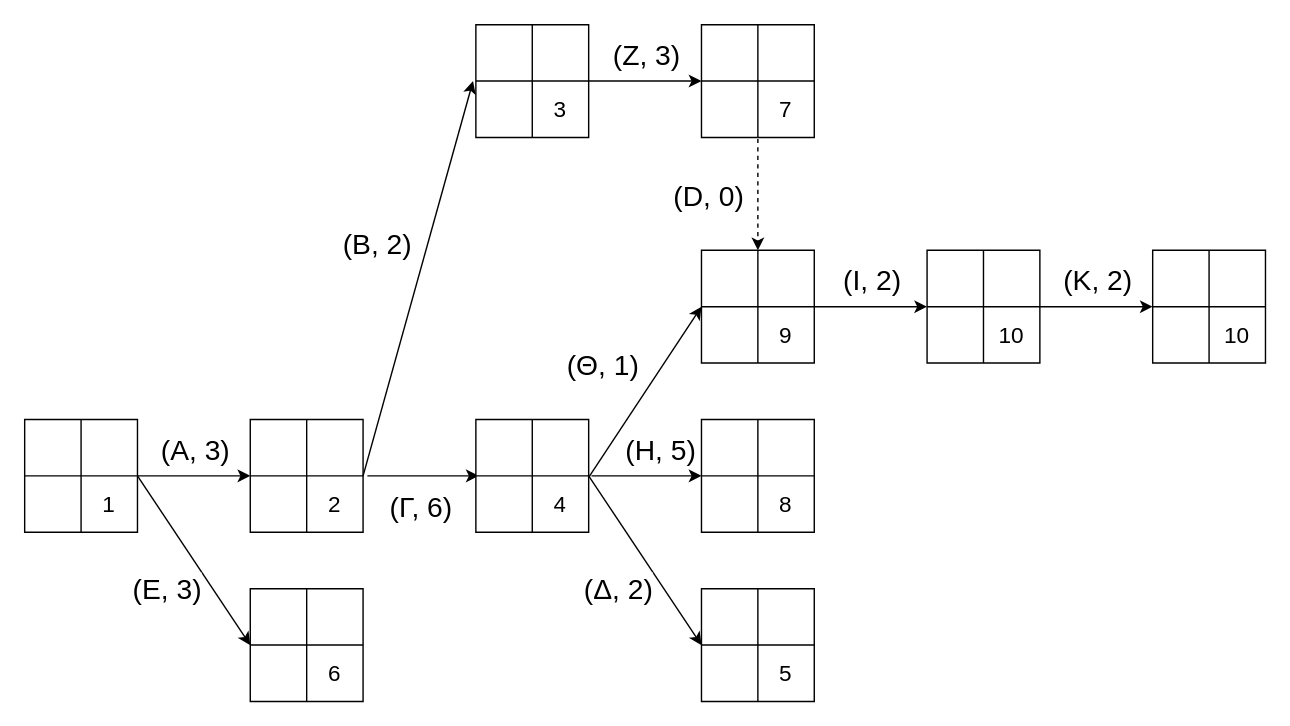
asimakiskydros/University-Projects keeps this draw.io diagram as BI - task 4.drawio. Above is the earlier version. Source tidied: cells renumbered, new cells numbered last; positions are measured from the earlier drawing's top-left corner, leaving out a move shared by most shapes. Both pictures are drawn from the tidied source at 141%, with x=0, y=0 at pixel (24, 24).
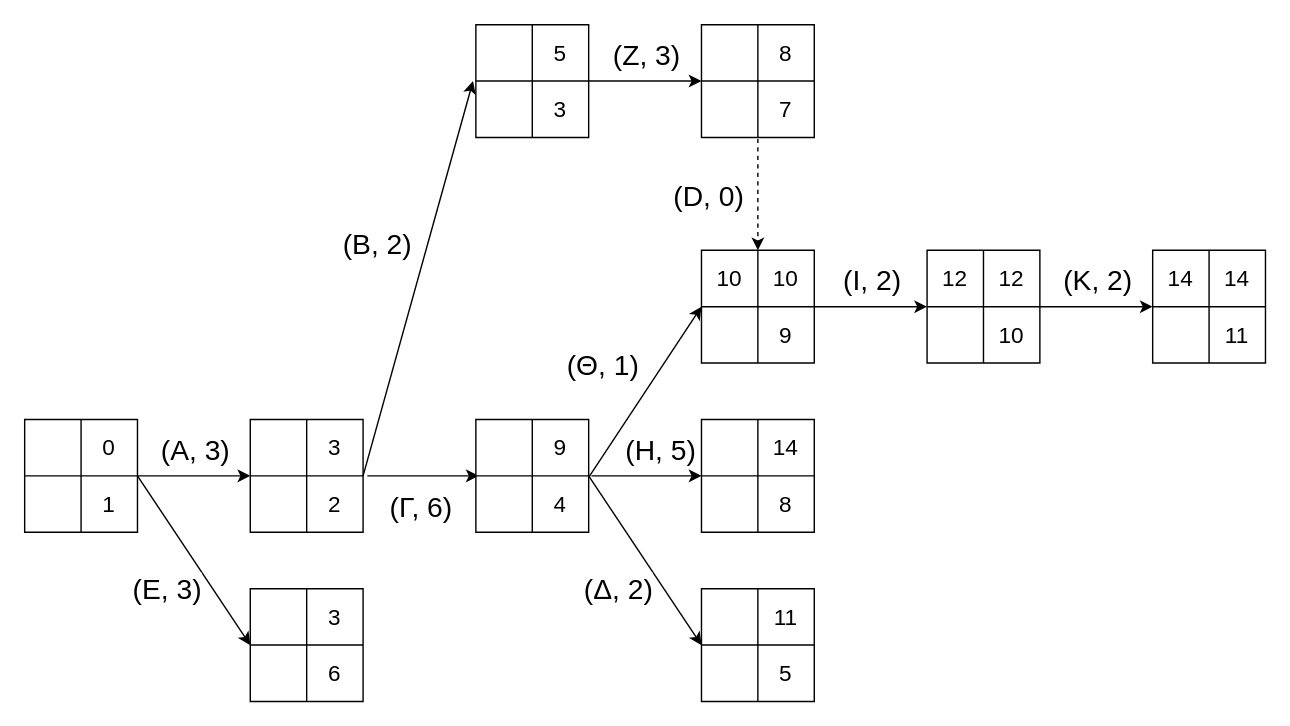
Above is the later version.

The change refers to these unchanged cells:
```xml
<mxCell id="3" style="shape=tableRow;horizontal=0;startSize=0;swimlaneHead=0;swimlaneBody=0;strokeColor=inherit;top=0;left=0;bottom=0;right=0;fillColor=none;fontSize=16;" parent="2" vertex="1">
  <mxGeometry width="80" height="40" as="geometry" />
</mxCell>
<mxCell id="10" style="shape=tableRow;horizontal=0;startSize=0;swimlaneHead=0;swimlaneBody=0;strokeColor=inherit;top=0;left=0;bottom=0;right=0;fillColor=none;fontSize=16;" parent="9" vertex="1">
  <mxGeometry width="80" height="40" as="geometry" />
</mxCell>
<mxCell id="23" style="shape=tableRow;horizontal=0;startSize=0;swimlaneHead=0;swimlaneBody=0;strokeColor=inherit;top=0;left=0;bottom=0;right=0;fillColor=none;fontSize=16;" parent="22" vertex="1">
  <mxGeometry width="80" height="40" as="geometry" />
</mxCell>
<mxCell id="30" style="shape=tableRow;horizontal=0;startSize=0;swimlaneHead=0;swimlaneBody=0;strokeColor=inherit;top=0;left=0;bottom=0;right=0;fillColor=none;fontSize=16;" parent="29" vertex="1">
  <mxGeometry width="80" height="40" as="geometry" />
</mxCell>
<mxCell id="39" style="shape=tableRow;horizontal=0;startSize=0;swimlaneHead=0;swimlaneBody=0;strokeColor=inherit;top=0;left=0;bottom=0;right=0;fillColor=none;fontSize=16;" parent="38" vertex="1">
  <mxGeometry width="80" height="40" as="geometry" />
</mxCell>
<mxCell id="48" style="shape=tableRow;horizontal=0;startSize=0;swimlaneHead=0;swimlaneBody=0;strokeColor=inherit;top=0;left=0;bottom=0;right=0;fillColor=none;fontSize=16;" parent="47" vertex="1">
  <mxGeometry width="80" height="40" as="geometry" />
</mxCell>
<mxCell id="57" style="shape=tableRow;horizontal=0;startSize=0;swimlaneHead=0;swimlaneBody=0;strokeColor=inherit;top=0;left=0;bottom=0;right=0;fillColor=none;fontSize=16;" parent="56" vertex="1">
  <mxGeometry width="80" height="40" as="geometry" />
</mxCell>
<mxCell id="66" style="shape=tableRow;horizontal=0;startSize=0;swimlaneHead=0;swimlaneBody=0;strokeColor=inherit;top=0;left=0;bottom=0;right=0;fillColor=none;fontSize=16;" parent="65" vertex="1">
  <mxGeometry width="80" height="40" as="geometry" />
</mxCell>
<mxCell id="75" style="shape=tableRow;horizontal=0;startSize=0;swimlaneHead=0;swimlaneBody=0;strokeColor=inherit;top=0;left=0;bottom=0;right=0;fillColor=none;points=[[0,0.5],[1,0.5]];portConstraint=eastwest;fontSize=16;" parent="74" vertex="1">
  <mxGeometry width="80" height="40" as="geometry" />
</mxCell>
<mxCell id="86" style="shape=tableRow;horizontal=0;startSize=0;swimlaneHead=0;swimlaneBody=0;strokeColor=inherit;top=0;left=0;bottom=0;right=0;fillColor=none;fontSize=16;" parent="85" vertex="1">
  <mxGeometry width="80" height="40" as="geometry" />
</mxCell>
<mxCell id="93" style="shape=tableRow;horizontal=0;startSize=0;swimlaneHead=0;swimlaneBody=0;strokeColor=inherit;top=0;left=0;bottom=0;right=0;fillColor=none;fontSize=16;" parent="92" vertex="1">
  <mxGeometry width="80" height="40" as="geometry" />
</mxCell>
<mxCell id="96" style="shape=tableRow;horizontal=0;startSize=0;swimlaneHead=0;swimlaneBody=0;strokeColor=inherit;top=0;left=0;bottom=0;right=0;fillColor=none;points=[[0,0.5],[1,0.5]];portConstraint=eastwest;fontSize=16;" parent="92" vertex="1">
  <mxGeometry y="40" width="80" height="40" as="geometry" />
</mxCell>
```

What changed in the source:
```diff
@@
-    <mxCell id="5" style="shape=partialRectangle;html=1;whiteSpace=wrap;strokeColor=inherit;overflow=hidden;fillColor=none;top=0;left=0;bottom=0;right=0;fontSize=16;" parent="3" vertex="1">
+    <mxCell id="5" value="0" style="shape=partialRectangle;html=1;whiteSpace=wrap;strokeColor=inherit;overflow=hidden;fillColor=none;top=0;left=0;bottom=0;right=0;fontSize=16;" parent="3" vertex="1">
       <mxGeometry x="40" width="40" height="40" as="geometry" />
     </mxCell>
@@
-    <mxCell id="12" style="shape=partialRectangle;html=1;whiteSpace=wrap;strokeColor=inherit;overflow=hidden;fillColor=none;top=0;left=0;bottom=0;right=0;fontSize=16;" parent="10" vertex="1">
+    <mxCell id="12" value="3" style="shape=partialRectangle;html=1;whiteSpace=wrap;strokeColor=inherit;overflow=hidden;fillColor=none;top=0;left=0;bottom=0;right=0;fontSize=16;" parent="10" vertex="1">
       <mxGeometry x="40" width="40" height="40" as="geometry" />
     </mxCell>
@@
-    <mxCell id="25" style="shape=partialRectangle;html=1;whiteSpace=wrap;strokeColor=inherit;overflow=hidden;fillColor=none;top=0;left=0;bottom=0;right=0;fontSize=16;" parent="23" vertex="1">
+    <mxCell id="25" value="5" style="shape=partialRectangle;html=1;whiteSpace=wrap;strokeColor=inherit;overflow=hidden;fillColor=none;top=0;left=0;bottom=0;right=0;fontSize=16;" parent="23" vertex="1">
       <mxGeometry x="40" width="40" height="40" as="geometry" />
     </mxCell>
@@
-    <mxCell id="32" style="shape=partialRectangle;html=1;whiteSpace=wrap;strokeColor=inherit;overflow=hidden;fillColor=none;top=0;left=0;bottom=0;right=0;fontSize=16;" parent="30" vertex="1">
+    <mxCell id="32" value="9" style="shape=partialRectangle;html=1;whiteSpace=wrap;strokeColor=inherit;overflow=hidden;fillColor=none;top=0;left=0;bottom=0;right=0;fontSize=16;" parent="30" vertex="1">
       <mxGeometry x="40" width="40" height="40" as="geometry" />
     </mxCell>
@@
-    <mxCell id="41" style="shape=partialRectangle;html=1;whiteSpace=wrap;strokeColor=inherit;overflow=hidden;fillColor=none;top=0;left=0;bottom=0;right=0;fontSize=16;" parent="39" vertex="1">
+    <mxCell id="41" value="11" style="shape=partialRectangle;html=1;whiteSpace=wrap;strokeColor=inherit;overflow=hidden;fillColor=none;top=0;left=0;bottom=0;right=0;fontSize=16;" parent="39" vertex="1">
       <mxGeometry x="40" width="40" height="40" as="geometry" />
     </mxCell>
@@
-    <mxCell id="50" style="shape=partialRectangle;html=1;whiteSpace=wrap;strokeColor=inherit;overflow=hidden;fillColor=none;top=0;left=0;bottom=0;right=0;fontSize=16;" parent="48" vertex="1">
+    <mxCell id="50" value="3" style="shape=partialRectangle;html=1;whiteSpace=wrap;strokeColor=inherit;overflow=hidden;fillColor=none;top=0;left=0;bottom=0;right=0;fontSize=16;" parent="48" vertex="1">
       <mxGeometry x="40" width="40" height="40" as="geometry" />
     </mxCell>
@@
-    <mxCell id="59" style="shape=partialRectangle;html=1;whiteSpace=wrap;strokeColor=inherit;overflow=hidden;fillColor=none;top=0;left=0;bottom=0;right=0;fontSize=16;" parent="57" vertex="1">
+    <mxCell id="59" value="8" style="shape=partialRectangle;html=1;whiteSpace=wrap;strokeColor=inherit;overflow=hidden;fillColor=none;top=0;left=0;bottom=0;right=0;fontSize=16;" parent="57" vertex="1">
       <mxGeometry x="40" width="40" height="40" as="geometry" />
     </mxCell>
@@
-    <mxCell id="68" style="shape=partialRectangle;html=1;whiteSpace=wrap;strokeColor=inherit;overflow=hidden;fillColor=none;top=0;left=0;bottom=0;right=0;fontSize=16;" parent="66" vertex="1">
+    <mxCell id="68" value="14" style="shape=partialRectangle;html=1;whiteSpace=wrap;strokeColor=inherit;overflow=hidden;fillColor=none;top=0;left=0;bottom=0;right=0;fontSize=16;" parent="66" vertex="1">
       <mxGeometry x="40" width="40" height="40" as="geometry" />
     </mxCell>
@@
-    <mxCell id="76" style="shape=partialRectangle;html=1;whiteSpace=wrap;strokeColor=inherit;overflow=hidden;fillColor=none;top=0;left=0;bottom=0;right=0;fontSize=16;" parent="75" vertex="1">
+    <mxCell id="76" value="10" style="shape=partialRectangle;html=1;whiteSpace=wrap;strokeColor=inherit;overflow=hidden;fillColor=none;top=0;left=0;bottom=0;right=0;fontSize=16;" parent="75" vertex="1">
       <mxGeometry width="40" height="40" as="geometry" />
     </mxCell>
-    <mxCell id="77" style="shape=partialRectangle;html=1;whiteSpace=wrap;strokeColor=inherit;overflow=hidden;fillColor=none;top=0;left=0;bottom=0;right=0;fontSize=16;" parent="75" vertex="1">
+    <mxCell id="77" value="10" style="shape=partialRectangle;html=1;whiteSpace=wrap;strokeColor=inherit;overflow=hidden;fillColor=none;top=0;left=0;bottom=0;right=0;fontSize=16;" parent="75" vertex="1">
       <mxGeometry x="40" width="40" height="40" as="geometry" />
     </mxCell>
@@
-    <mxCell id="87" style="shape=partialRectangle;html=1;whiteSpace=wrap;strokeColor=inherit;overflow=hidden;fillColor=none;top=0;left=0;bottom=0;right=0;fontSize=16;" parent="86" vertex="1">
+    <mxCell id="87" value="12" style="shape=partialRectangle;html=1;whiteSpace=wrap;strokeColor=inherit;overflow=hidden;fillColor=none;top=0;left=0;bottom=0;right=0;fontSize=16;" parent="86" vertex="1">
       <mxGeometry width="40" height="40" as="geometry" />
     </mxCell>
-    <mxCell id="88" style="shape=partialRectangle;html=1;whiteSpace=wrap;strokeColor=inherit;overflow=hidden;fillColor=none;top=0;left=0;bottom=0;right=0;fontSize=16;" parent="86" vertex="1">
+    <mxCell id="88" value="12" style="shape=partialRectangle;html=1;whiteSpace=wrap;strokeColor=inherit;overflow=hidden;fillColor=none;top=0;left=0;bottom=0;right=0;fontSize=16;" parent="86" vertex="1">
       <mxGeometry x="40" width="40" height="40" as="geometry" />
     </mxCell>
@@
-    <mxCell id="94" style="shape=partialRectangle;html=1;whiteSpace=wrap;strokeColor=inherit;overflow=hidden;fillColor=none;top=0;left=0;bottom=0;right=0;fontSize=16;" parent="93" vertex="1">
+    <mxCell id="94" value="14" style="shape=partialRectangle;html=1;whiteSpace=wrap;strokeColor=inherit;overflow=hidden;fillColor=none;top=0;left=0;bottom=0;right=0;fontSize=16;" parent="93" vertex="1">
       <mxGeometry width="40" height="40" as="geometry" />
     </mxCell>
-    <mxCell id="95" style="shape=partialRectangle;html=1;whiteSpace=wrap;strokeColor=inherit;overflow=hidden;fillColor=none;top=0;left=0;bottom=0;right=0;fontSize=16;" parent="93" vertex="1">
+    <mxCell id="95" value="14" style="shape=partialRectangle;html=1;whiteSpace=wrap;strokeColor=inherit;overflow=hidden;fillColor=none;top=0;left=0;bottom=0;right=0;fontSize=16;" parent="93" vertex="1">
       <mxGeometry x="40" width="40" height="40" as="geometry" />
     </mxCell>
@@
-    <mxCell id="98" value="10" style="shape=partialRectangle;html=1;whiteSpace=wrap;strokeColor=inherit;overflow=hidden;fillColor=none;top=0;left=0;bottom=0;right=0;fontSize=16;" parent="96" vertex="1">
+    <mxCell id="98" value="11" style="shape=partialRectangle;html=1;whiteSpace=wrap;strokeColor=inherit;overflow=hidden;fillColor=none;top=0;left=0;bottom=0;right=0;fontSize=16;" parent="96" vertex="1">
       <mxGeometry x="40" width="40" height="40" as="geometry" />
     </mxCell>
```
